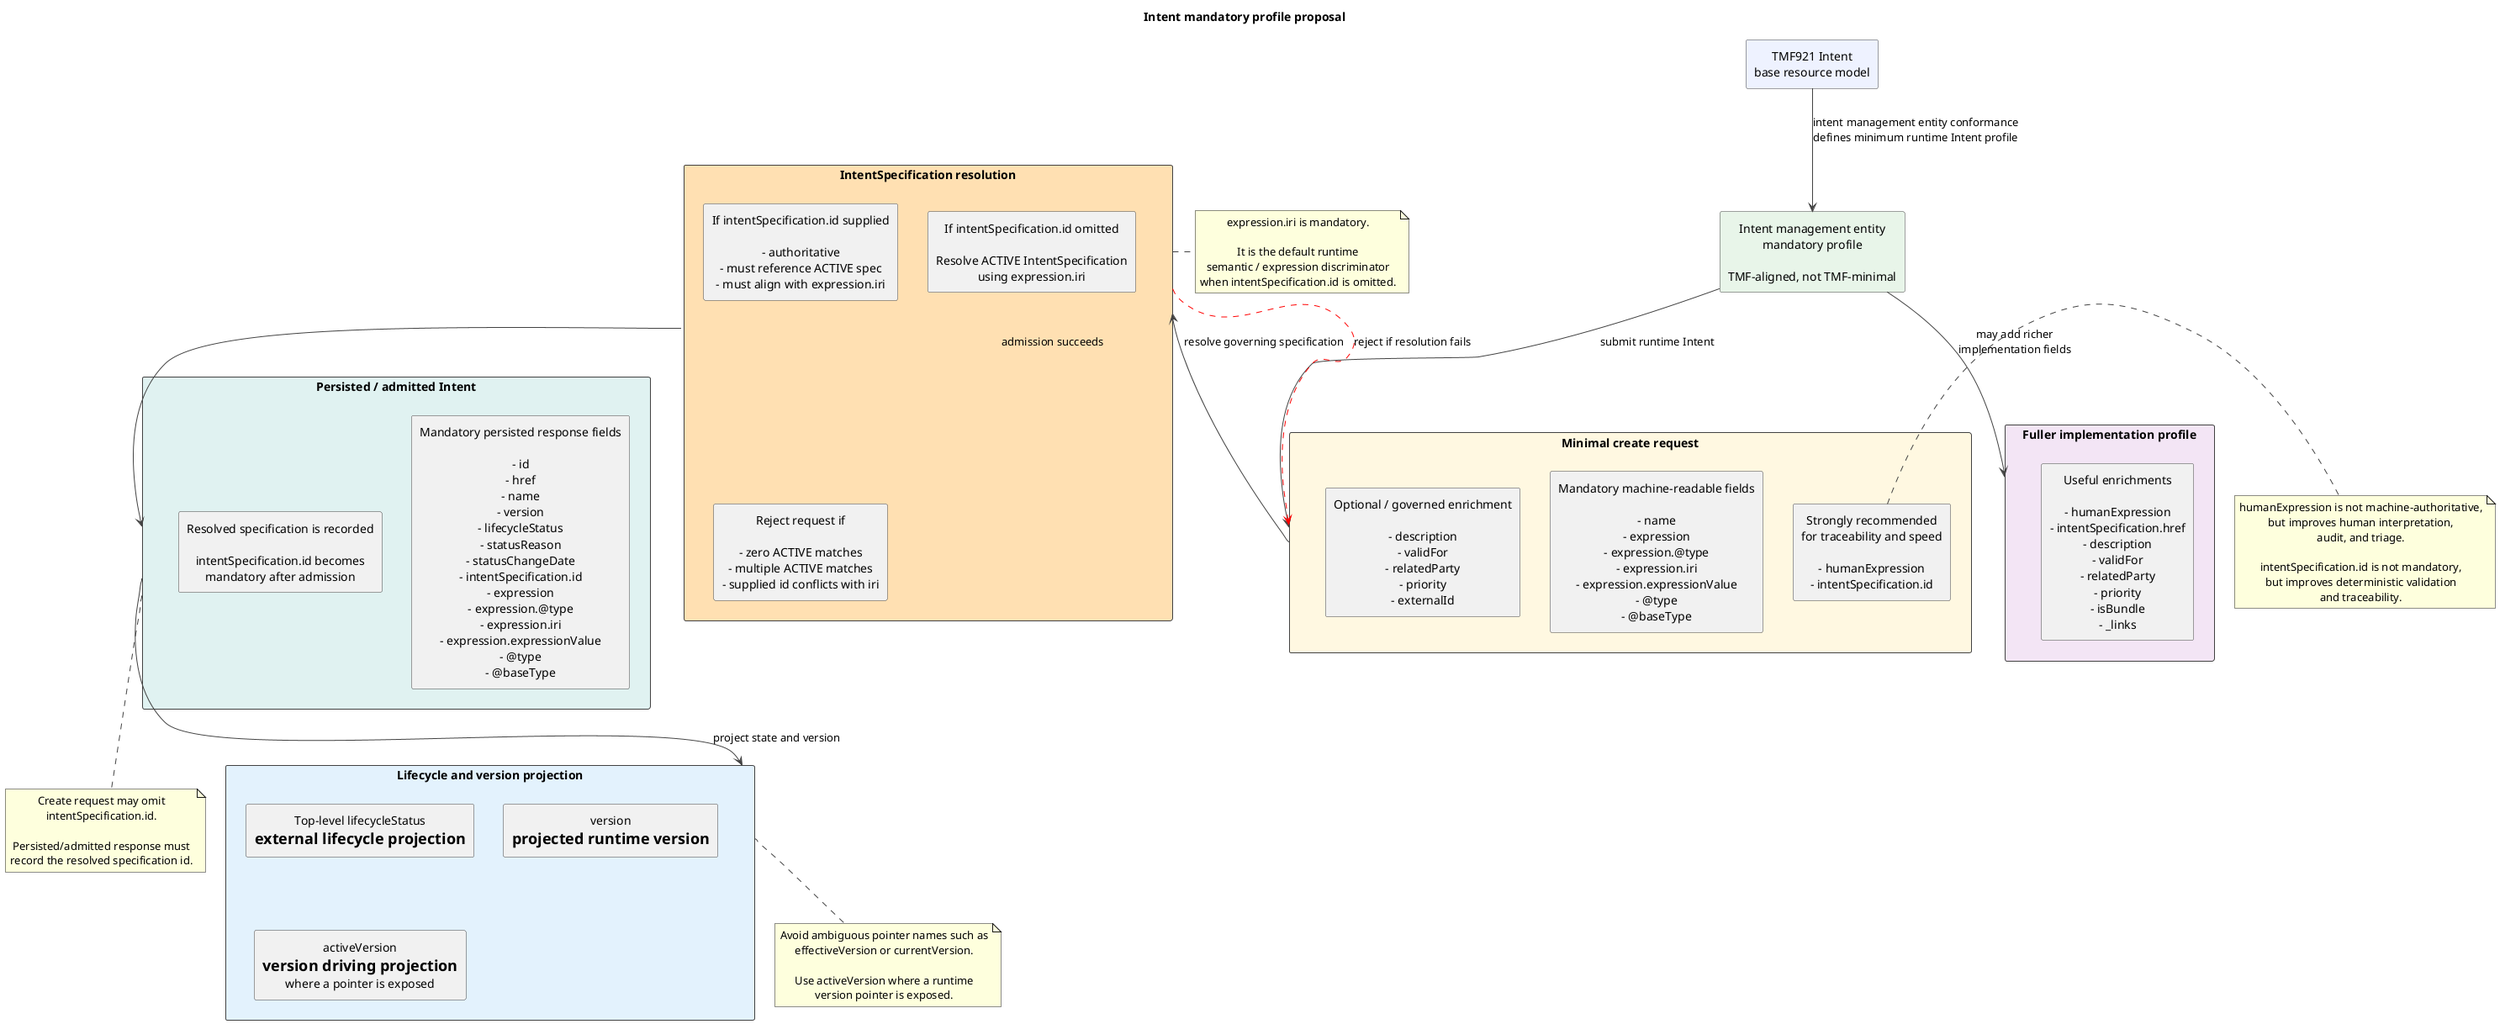
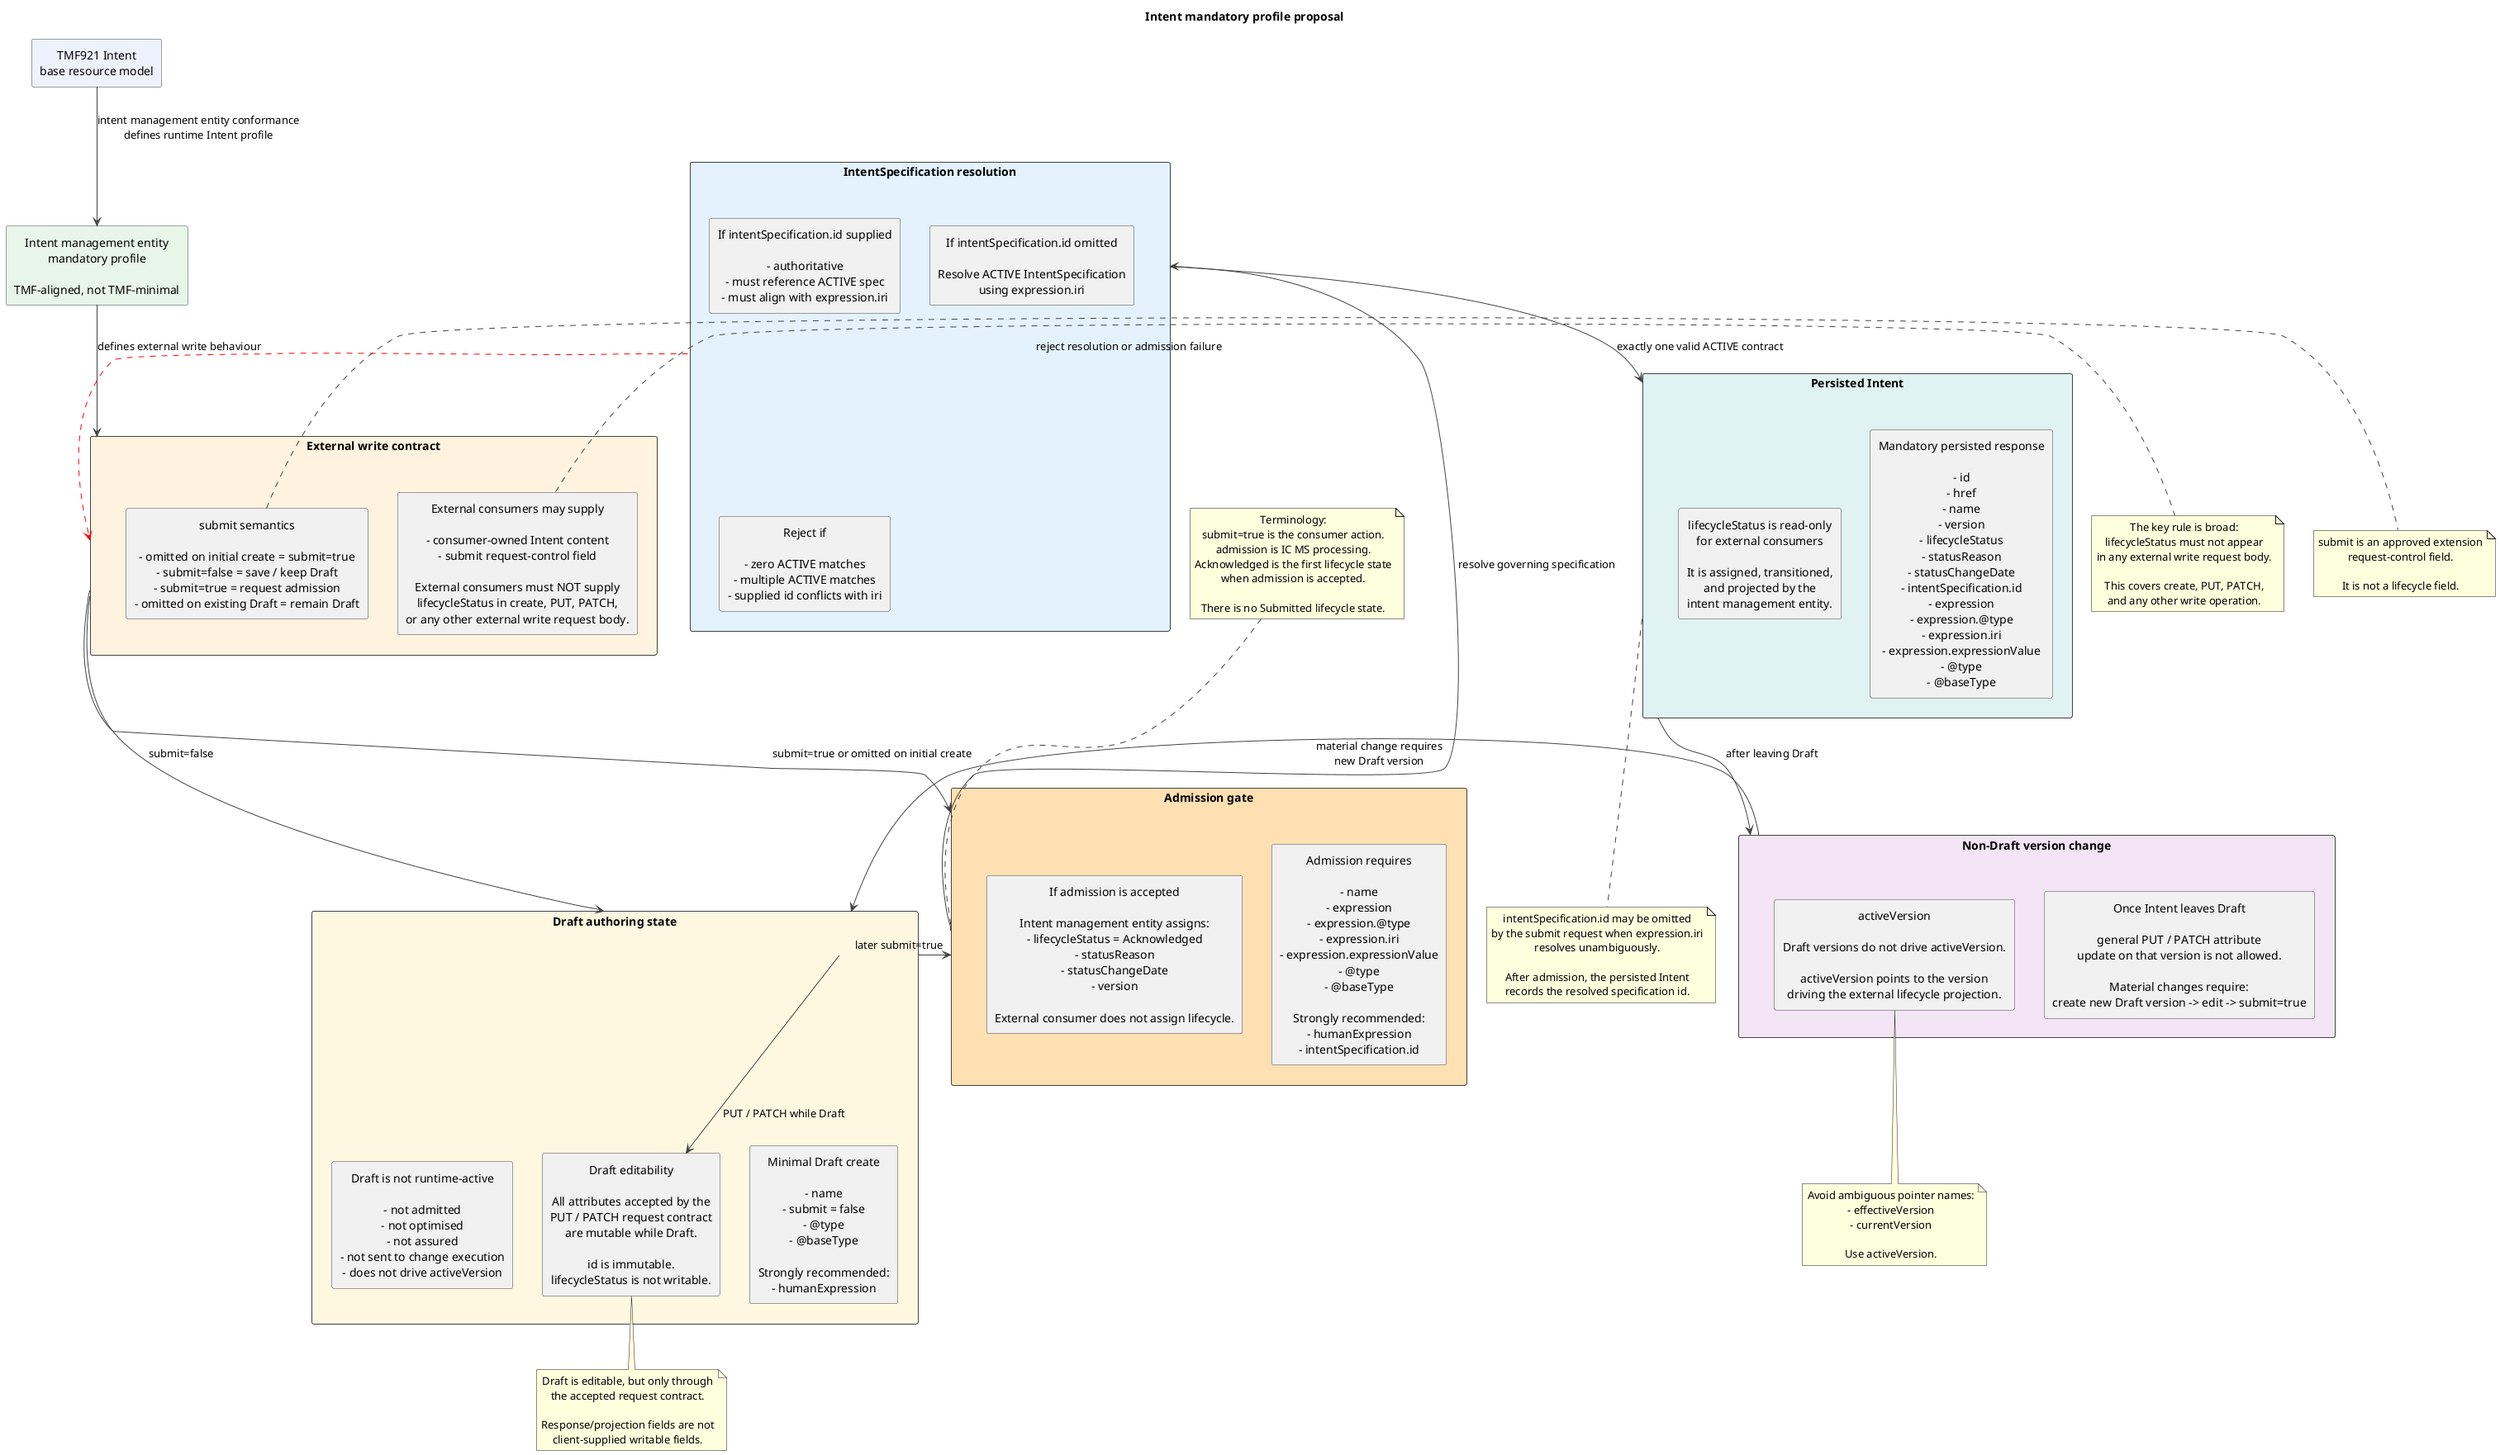
@startuml
title Intent mandatory profile proposal

skinparam shadowing false
skinparam defaultTextAlignment center
skinparam packageStyle rectangle
skinparam ArrowColor #424242
skinparam RectangleBorderColor #424242

rectangle "TMF921 Intent\nbase resource model" as TMF #EEF2FF

rectangle "Intent management entity\nmandatory profile\n\nTMF-aligned, not TMF-minimal" as PROFILE #E8F5E9

- TMF --> PROFILE : intent management entity conformance\ndefines minimum runtime Intent profile
+ TMF --> PROFILE : intent management entity conformance\ndefines runtime Intent profile

- rectangle "Minimal create request" as CREATE #FFF8E1 {
-   rectangle "Mandatory machine-readable fields\n\n- name\n- expression\n- expression.@type\n- expression.iri\n- expression.expressionValue\n- @type\n- @baseType" as CREATE_MIN
+ rectangle "External write contract" as WRITE #FFF3E0 {
+   rectangle "External consumers may supply\n\n- consumer-owned Intent content\n- submit request-control field\n\nExternal consumers must NOT supply\nlifecycleStatus in create, PUT, PATCH,\nor any other external write request body." as WRITE_CONTRACT

-   rectangle "Strongly recommended\nfor traceability and speed\n\n- humanExpression\n- intentSpecification.id" as CREATE_RECOMMENDED
- 
-   rectangle "Optional / governed enrichment\n\n- description\n- validFor\n- relatedParty\n- priority\n- externalId" as CREATE_OPTIONAL
+   rectangle "submit semantics\n\n- omitted on initial create = submit=true\n- submit=false = save / keep Draft\n- submit=true = request admission\n- omitted on existing Draft = remain Draft" as SUBMIT
}

- rectangle "IntentSpecification resolution" as RESOLUTION #FFE0B2 {
+ rectangle "Draft authoring state" as DRAFT #FFF8E1 {
+   rectangle "Minimal Draft create\n\n- name\n- submit = false\n- @type\n- @baseType\n\nStrongly recommended:\n- humanExpression" as DRAFT_CREATE
+ 
+   rectangle "Draft editability\n\nAll attributes accepted by the\nPUT / PATCH request contract\nare mutable while Draft.\n\nid is immutable.\nlifecycleStatus is not writable." as DRAFT_EDIT
+ 
+   rectangle "Draft is not runtime-active\n\n- not admitted\n- not optimised\n- not assured\n- not sent to change execution\n- does not drive activeVersion" as DRAFT_NON_RUNTIME
+ }
+ 
+ rectangle "Admission gate" as GATE #FFE0B2 {
+   rectangle "Admission requires\n\n- name\n- expression\n- expression.@type\n- expression.iri\n- expression.expressionValue\n- @type\n- @baseType\n\nStrongly recommended:\n- humanExpression\n- intentSpecification.id" as ADMISSION_PROFILE
+ 
+   rectangle "If admission is accepted\n\nIntent management entity assigns:\n- lifecycleStatus = Acknowledged\n- statusReason\n- statusChangeDate\n- version\n\nExternal consumer does not assign lifecycle." as ASSIGN_STATUS
+ }
+ 
+ note top of GATE
+ Terminology:
+ submit=true is the consumer action.
+ admission is IC MS processing.
+ Acknowledged is the first lifecycle state
+ when admission is accepted.
+ 
+ There is no Submitted lifecycle state.
+ end note
+ 
+ rectangle "IntentSpecification resolution" as RESOLUTION #E3F2FD {
  rectangle "If intentSpecification.id supplied\n\n- authoritative\n- must reference ACTIVE spec\n- must align with expression.iri" as SPEC_ID_SUPPLIED

  rectangle "If intentSpecification.id omitted\n\nResolve ACTIVE IntentSpecification\nusing expression.iri" as SPEC_ID_OMITTED

-   rectangle "Reject request if\n\n- zero ACTIVE matches\n- multiple ACTIVE matches\n- supplied id conflicts with iri" as REJECT
+   rectangle "Reject if\n\n- zero ACTIVE matches\n- multiple ACTIVE matches\n- supplied id conflicts with iri" as REJECT_RESOLUTION
}

- rectangle "Persisted / admitted Intent" as PERSISTED #E0F2F1 {
-   rectangle "Mandatory persisted response fields\n\n- id\n- href\n- name\n- version\n- lifecycleStatus\n- statusReason\n- statusChangeDate\n- intentSpecification.id\n- expression\n- expression.@type\n- expression.iri\n- expression.expressionValue\n- @type\n- @baseType" as PERSISTED_MIN
+ rectangle "Persisted Intent" as PERSISTED #E0F2F1 {
+   rectangle "Mandatory persisted response\n\n- id\n- href\n- name\n- version\n- lifecycleStatus\n- statusReason\n- statusChangeDate\n- intentSpecification.id\n- expression\n- expression.@type\n- expression.iri\n- expression.expressionValue\n- @type\n- @baseType" as PERSISTED_MIN

-   rectangle "Resolved specification is recorded\n\nintentSpecification.id becomes\nmandatory after admission" as SPEC_RECORDED
+   rectangle "lifecycleStatus is read-only\nfor external consumers\n\nIt is assigned, transitioned,\nand projected by the\nintent management entity." as LIFECYCLE_READONLY
}

- rectangle "Lifecycle and version projection" as LIFECYCLE #E3F2FD {
-   rectangle "Top-level lifecycleStatus\n= external lifecycle projection" as STATUS
-   rectangle "version\n= projected runtime version" as VERSION
-   rectangle "activeVersion\n= version driving projection\nwhere a pointer is exposed" as ACTIVE_VERSION
+ rectangle "Non-Draft version change" as CHANGE #F3E5F5 {
+   rectangle "Once Intent leaves Draft\n\ngeneral PUT / PATCH attribute\nupdate on that version is not allowed.\n\nMaterial changes require:\ncreate new Draft version -> edit -> submit=true" as MATERIAL_CHANGE
+ 
+   rectangle "activeVersion\n\nDraft versions do not drive activeVersion.\n\nactiveVersion points to the version\ndriving the external lifecycle projection." as ACTIVE_VERSION
}

- rectangle "Fuller implementation profile" as FULLER #F3E5F5 {
-   rectangle "Useful enrichments\n\n- humanExpression\n- intentSpecification.href\n- description\n- validFor\n- relatedParty\n- priority\n- isBundle\n- _links" as FULLER_FIELDS
- }
+ PROFILE --> WRITE : defines external write behaviour
+ WRITE --> DRAFT : submit=false
+ WRITE --> GATE : submit=true or omitted on initial create
+ DRAFT --> DRAFT_EDIT : PUT / PATCH while Draft
+ DRAFT --> GATE : later submit=true
+ GATE --> RESOLUTION : resolve governing specification
+ RESOLUTION --> PERSISTED : exactly one valid ACTIVE contract
+ RESOLUTION -[#red,dashed]-> WRITE : reject resolution or admission failure
+ PERSISTED --> CHANGE : after leaving Draft
+ CHANGE --> DRAFT : material change requires\nnew Draft version

- PROFILE --> CREATE : submit runtime Intent
- CREATE --> RESOLUTION : resolve governing specification
- RESOLUTION --> PERSISTED : admission succeeds
- RESOLUTION -[#red,dashed]-> CREATE : reject if resolution fails
- PERSISTED --> LIFECYCLE : project state and version
- PROFILE --> FULLER : may add richer\nimplementation fields
+ note right of WRITE_CONTRACT
+ The key rule is broad:
+ lifecycleStatus must not appear
+ in any external write request body.

- note right of CREATE_RECOMMENDED
- humanExpression is not machine-authoritative,
- but improves human interpretation,
- audit, and triage.
- 
- intentSpecification.id is not mandatory,
- but improves deterministic validation
- and traceability.
+ This covers create, PUT, PATCH,
+ and any other write operation.
end note

- note right of RESOLUTION
- expression.iri is mandatory.
+ note right of SUBMIT
+ submit is an approved extension
+ request-control field.

- It is the default runtime
- semantic / expression discriminator
- when intentSpecification.id is omitted.
+ It is not a lifecycle field.
+ end note
+ 
+ note bottom of DRAFT_EDIT
+ Draft is editable, but only through
+ the accepted request contract.
+ 
+ Response/projection fields are not
+ client-supplied writable fields.
end note

note bottom of PERSISTED
- Create request may omit
- intentSpecification.id.
+ intentSpecification.id may be omitted
+ by the submit request when expression.iri
+ resolves unambiguously.

- Persisted/admitted response must
- record the resolved specification id.
+ After admission, the persisted Intent
+ records the resolved specification id.
end note

- note bottom of LIFECYCLE
- Avoid ambiguous pointer names such as
- effectiveVersion or currentVersion.
+ note bottom of ACTIVE_VERSION
+ Avoid ambiguous pointer names:
+ - effectiveVersion
+ - currentVersion

- Use activeVersion where a runtime
- version pointer is exposed.
+ Use activeVersion.
end note

@enduml
